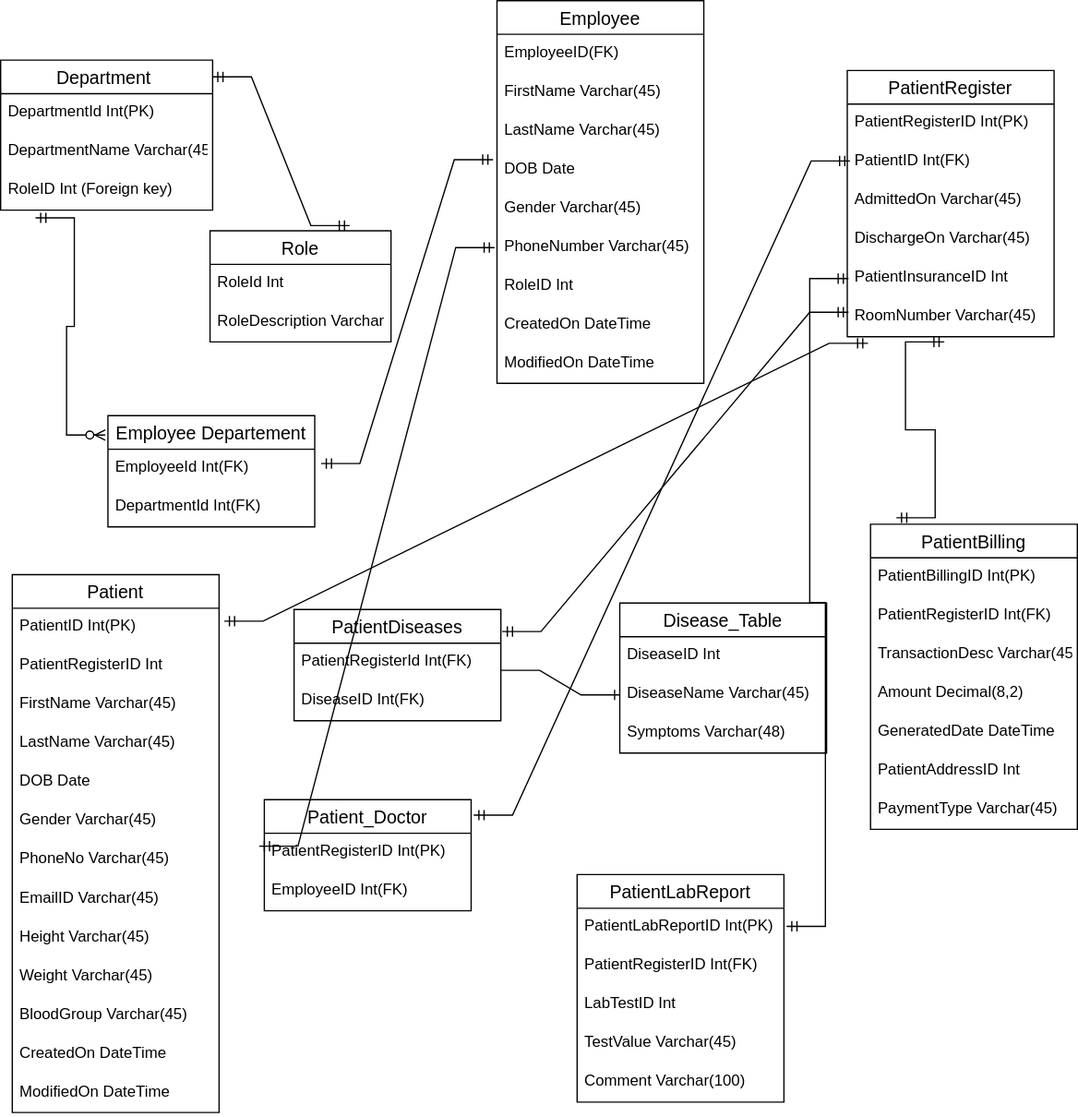
The draw.io diagram Hospital Management System/Hospital Management System.drawio.svg in Mahima-01/Training-Repository, before a commit. Source tidied: cells renumbered, new cells last; positions are measured from the earlier drawing's top-left corner, leaving out a move shared by most shapes.
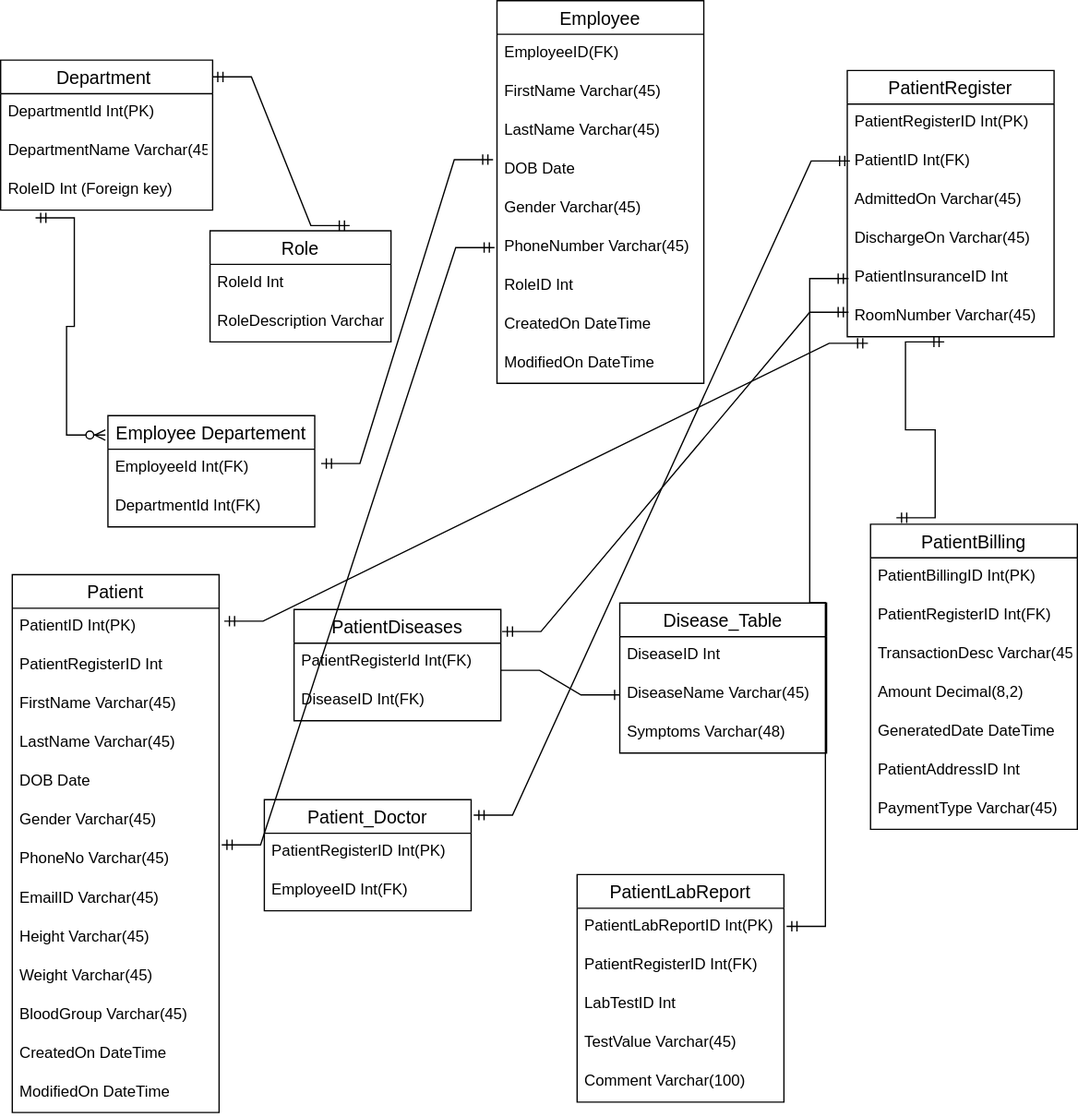
Above is the later version.

Commit message:
Establishing Relationships between tables

Change to the diagram source:
```diff
@@ -235,7 +235,7 @@
     <mxCell id="75" style="edgeStyle=entityRelationEdgeStyle;fontSize=12;html=1;endArrow=ERmandOne;startArrow=ERmandOne;rounded=0;entryX=0.006;entryY=0.5;entryDx=0;entryDy=0;entryPerimeter=0;exitX=1.013;exitY=0.467;exitDx=0;exitDy=0;exitPerimeter=0;" parent="1" edge="1" source="42" target="39">
       <mxGeometry relative="1" as="geometry" />
     </mxCell>
-    <mxCell id="76" style="edgeStyle=entityRelationEdgeStyle;fontSize=12;html=1;endArrow=ERmandOne;startArrow=ERmandOne;rounded=0;exitX=-0.025;exitY=0.333;exitDx=0;exitDy=0;exitPerimeter=0;entryX=-0.012;entryY=0.5;entryDx=0;entryDy=0;entryPerimeter=0;" parent="1" edge="1" source="62" target="19">
+    <mxCell id="76" style="edgeStyle=entityRelationEdgeStyle;fontSize=12;html=1;endArrow=ERmandOne;startArrow=ERmandOne;rounded=0;exitX=1.013;exitY=0.1;exitDx=0;exitDy=0;exitPerimeter=0;entryX=-0.012;entryY=0.5;entryDx=0;entryDy=0;entryPerimeter=0;" parent="1" edge="1" source="54" target="19">
       <mxGeometry relative="1" as="geometry" />
     </mxCell>
   </root>
```
